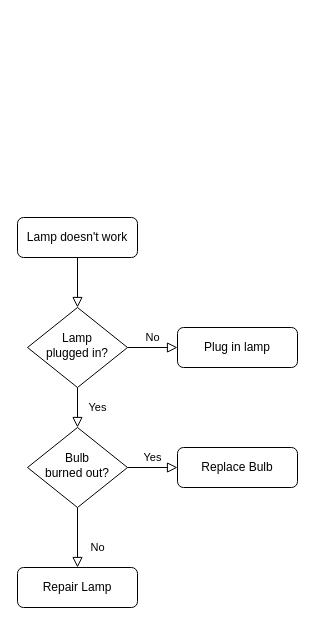
top4s/drawio keeps this draw.io diagram as srs/未命名绘图.drawio. Above is the earlier version. Source tidied: cells renumbered, new cells numbered last; positions are measured from the earlier drawing's top-left corner, leaving out a move shared by most shapes. Both pictures are drawn from the tidied source at 100%, with x=0, y=0 at pixel (17, 217).
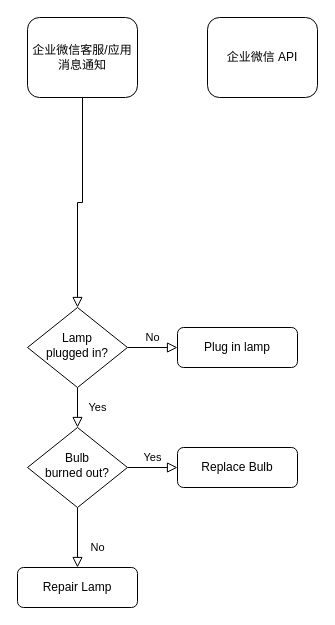
After the change.

What changed in the source:
```diff
@@
 <mxGraphModel>
   <root>
     <mxCell id="0" />
     <mxCell id="1" parent="0" />
     <mxCell id="2" style="rounded=0;html=1;jettySize=auto;fontSize=11;endArrow=block;endFill=0;endSize=8;strokeWidth=1;shadow=0;labelBackgroundColor=none;edgeStyle=orthogonalEdgeStyle;" parent="1" edge="1" source="3" target="6">
       <mxGeometry relative="1" as="geometry" />
     </mxCell>
-    <mxCell id="3" value="Lamp doesn't work" style="rounded=1;whiteSpace=wrap;html=1;fontSize=12;glass=0;strokeWidth=1;shadow=0;" parent="1" vertex="1">
-      <mxGeometry width="120" height="40" as="geometry" />
+    <mxCell id="3" value="企业微信客服/应用消息通知" style="rounded=1;whiteSpace=wrap;html=1;fontSize=12;glass=0;strokeWidth=1;shadow=0;" parent="1" vertex="1">
+      <mxGeometry x="10" y="-200" width="110" height="80" as="geometry" />
     </mxCell>
     <mxCell id="4" value="Yes" style="rounded=0;html=1;jettySize=auto;fontSize=11;endArrow=block;endFill=0;endSize=8;strokeWidth=1;shadow=0;labelBackgroundColor=none;edgeStyle=orthogonalEdgeStyle;" parent="1" edge="1" source="6" target="10">
       <mxGeometry y="20" relative="1" as="geometry" />
     </mxCell>
     <mxCell id="5" value="No" style="edgeStyle=orthogonalEdgeStyle;rounded=0;html=1;jettySize=auto;fontSize=11;endArrow=block;endFill=0;endSize=8;strokeWidth=1;shadow=0;labelBackgroundColor=none;" parent="1" edge="1" source="6" target="7">
       <mxGeometry y="10" relative="1" as="geometry" />
     </mxCell>
     <mxCell id="6" value="Lamp&lt;br&gt;plugged in?" style="rhombus;whiteSpace=wrap;html=1;shadow=0;fontFamily=Helvetica;fontSize=12;align=center;strokeWidth=1;spacing=6;spacingTop=-4;" parent="1" vertex="1">
       <mxGeometry x="10" y="90" width="100" height="80" as="geometry" />
     </mxCell>
     <mxCell id="7" value="Plug in lamp" style="rounded=1;whiteSpace=wrap;html=1;fontSize=12;glass=0;strokeWidth=1;shadow=0;" parent="1" vertex="1">
       <mxGeometry x="160" y="110" width="120" height="40" as="geometry" />
     </mxCell>
     <mxCell id="8" value="No" style="rounded=0;html=1;jettySize=auto;fontSize=11;endArrow=block;endFill=0;endSize=8;strokeWidth=1;shadow=0;labelBackgroundColor=none;edgeStyle=orthogonalEdgeStyle;" parent="1" edge="1" source="10" target="11">
       <mxGeometry x="0.33" y="20" relative="1" as="geometry" />
     </mxCell>
     <mxCell id="9" value="Yes" style="edgeStyle=orthogonalEdgeStyle;rounded=0;html=1;jettySize=auto;fontSize=11;endArrow=block;endFill=0;endSize=8;strokeWidth=1;shadow=0;labelBackgroundColor=none;" parent="1" edge="1" source="10" target="12">
       <mxGeometry y="10" relative="1" as="geometry" />
     </mxCell>
     <mxCell id="10" value="Bulb&lt;br&gt;burned out?" style="rhombus;whiteSpace=wrap;html=1;shadow=0;fontFamily=Helvetica;fontSize=12;align=center;strokeWidth=1;spacing=6;spacingTop=-4;" parent="1" vertex="1">
       <mxGeometry x="10" y="210" width="100" height="80" as="geometry" />
     </mxCell>
     <mxCell id="11" value="Repair Lamp" style="rounded=1;whiteSpace=wrap;html=1;fontSize=12;glass=0;strokeWidth=1;shadow=0;" parent="1" vertex="1">
       <mxGeometry y="350" width="120" height="40" as="geometry" />
     </mxCell>
     <mxCell id="12" value="Replace Bulb" style="rounded=1;whiteSpace=wrap;html=1;fontSize=12;glass=0;strokeWidth=1;shadow=0;" parent="1" vertex="1">
       <mxGeometry x="160" y="230" width="120" height="40" as="geometry" />
     </mxCell>
+    <mxCell id="13" value="企业微信 API" style="rounded=1;whiteSpace=wrap;html=1;fontSize=12;glass=0;strokeWidth=1;shadow=0;" parent="1" vertex="1">
+      <mxGeometry x="190" y="-200" width="110" height="80" as="geometry" />
+    </mxCell>
   </root>
 </mxGraphModel>
```
